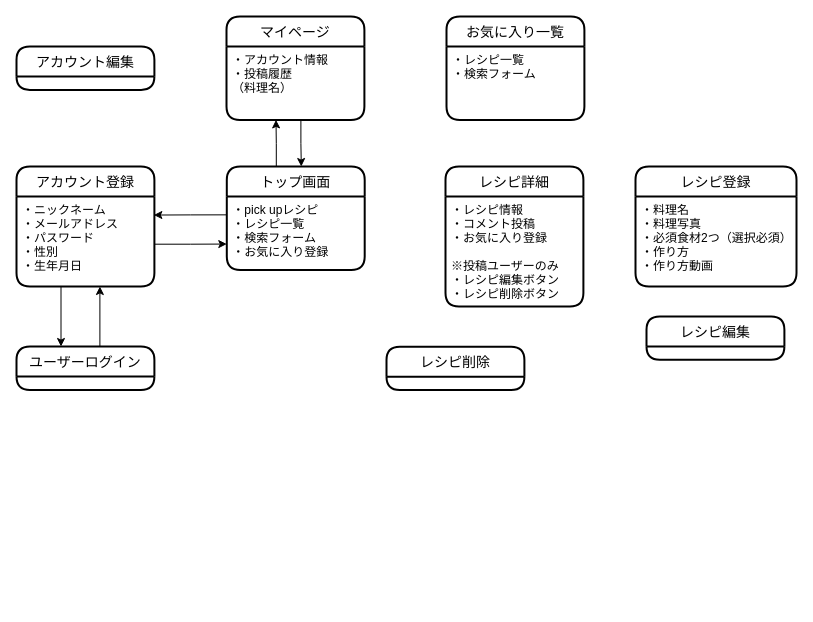
Before: minima-recipe_transition.dio in jun2035/minima-recipe, a draw.io diagram. Source tidied: cells renumbered, new cells numbered last; positions are measured from the earlier drawing's top-left corner, leaving out a move shared by most shapes. Both pictures are drawn from the tidied source at 100%, with x=0, y=0 at pixel (16, 16).
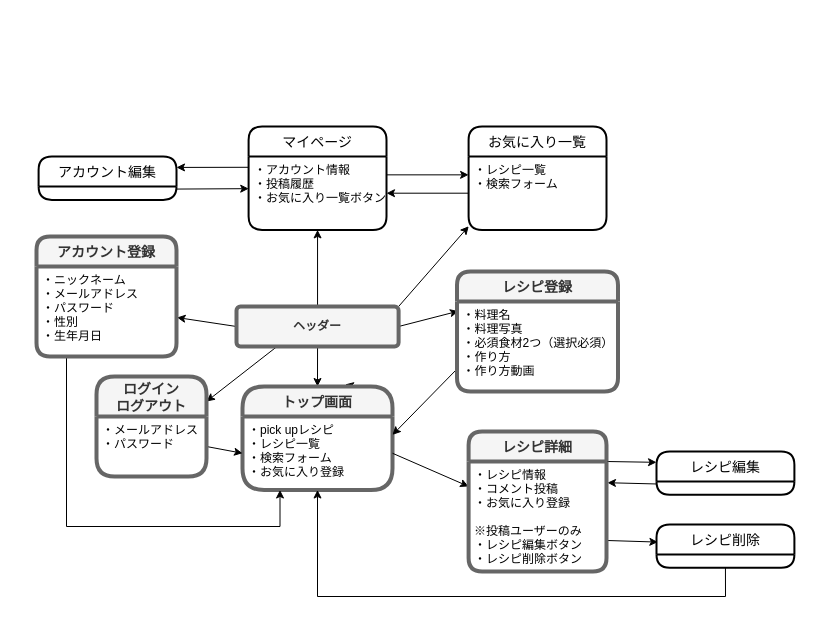
The same diagram, later.

Commit message:
画面遷移図の作成

The change refers to these unchanged cells:
```xml
<mxCell id="18" value="・レシピ一覧&#10;・検索フォーム" style="align=left;strokeColor=none;fillColor=none;spacingLeft=4;fontSize=12;verticalAlign=top;" parent="17" vertex="1">
  <mxGeometry y="30" width="137.9" height="73.4" as="geometry" />
</mxCell>
```

What changed in the source:
```diff
@@
-    <mxCell id="2" style="edgeStyle=orthogonalEdgeStyle;rounded=0;orthogonalLoop=1;jettySize=auto;html=1;exitX=0.25;exitY=0;exitDx=0;exitDy=0;entryX=0.25;entryY=1;entryDx=0;entryDy=0;" parent="1" edge="1">
-      <mxGeometry relative="1" as="geometry">
-        <mxPoint x="259.8" y="150" as="sourcePoint" />
-        <mxPoint x="259.5" y="103.4" as="targetPoint" />
-        <Array as="points">
-          <mxPoint x="260" y="127" />
-        </Array>
-      </mxGeometry>
-    </mxCell>
+    <mxCell id="24" style="edgeStyle=none;rounded=0;jettySize=auto;html=1;exitX=1;exitY=0.75;exitDx=0;exitDy=0;entryX=0.001;entryY=0.438;entryDx=0;entryDy=0;entryPerimeter=0;" parent="1" edge="1" source="14" target="13">
+      <mxGeometry relative="1" as="geometry" />
+    </mxCell>
+    <mxCell id="25" style="edgeStyle=none;rounded=0;jettySize=auto;html=1;exitX=0.001;exitY=0.147;exitDx=0;exitDy=0;entryX=1;entryY=0.25;entryDx=0;entryDy=0;exitPerimeter=0;" parent="1" edge="1" source="13" target="14">
+      <mxGeometry relative="1" as="geometry" />
+    </mxCell>
+    <mxCell id="26" style="edgeStyle=none;rounded=0;jettySize=auto;html=1;exitX=0;exitY=0.5;exitDx=0;exitDy=0;entryX=1.004;entryY=0.567;entryDx=0;entryDy=0;entryPerimeter=0;" parent="1" edge="1" source="32" target="7">
+      <mxGeometry relative="1" as="geometry" />
+    </mxCell>
+    <mxCell id="27" style="edgeStyle=none;rounded=0;jettySize=auto;html=1;exitX=0.5;exitY=0;exitDx=0;exitDy=0;entryX=0.5;entryY=1;entryDx=0;entryDy=0;" parent="1" edge="1" source="32" target="13">
+      <mxGeometry relative="1" as="geometry" />
+    </mxCell>
+    <mxCell id="28" style="edgeStyle=none;rounded=0;jettySize=auto;html=1;exitX=1;exitY=0.5;exitDx=0;exitDy=0;entryX=0.009;entryY=0.107;entryDx=0;entryDy=0;entryPerimeter=0;" parent="1" edge="1" source="32" target="11">
+      <mxGeometry relative="1" as="geometry" />
+    </mxCell>
+    <mxCell id="29" style="rounded=0;jettySize=auto;html=1;exitX=0.25;exitY=1;exitDx=0;exitDy=0;entryX=1;entryY=0.25;entryDx=0;entryDy=0;" parent="1" edge="1" source="32" target="44">
+      <mxGeometry relative="1" as="geometry" />
+    </mxCell>
+    <mxCell id="30" style="edgeStyle=none;rounded=0;jettySize=auto;html=1;exitX=0.5;exitY=1;exitDx=0;exitDy=0;entryX=0.5;entryY=0;entryDx=0;entryDy=0;" parent="1" edge="1" source="32" target="3">
+      <mxGeometry relative="1" as="geometry" />
+    </mxCell>
+    <mxCell id="31" style="edgeStyle=none;rounded=0;jettySize=auto;html=1;exitX=1;exitY=0;exitDx=0;exitDy=0;entryX=0.001;entryY=0.95;entryDx=0;entryDy=0;startArrow=none;startFill=0;entryPerimeter=0;" parent="1" edge="1" source="32" target="18">
+      <mxGeometry relative="1" as="geometry" />
+    </mxCell>
+    <mxCell id="32" value="ヘッダー" style="rounded=1;arcSize=10;whiteSpace=wrap;html=1;align=center;strokeColor=#666666;strokeWidth=4;fontStyle=1;fillColor=#f5f5f5;fontColor=#333333;" parent="1" vertex="1">
+      <mxGeometry x="220" y="290" width="162.1" height="40" as="geometry" />
+    </mxCell>
+    <mxCell id="33" style="edgeStyle=none;rounded=0;jettySize=auto;html=1;exitX=1;exitY=0.25;exitDx=0;exitDy=0;entryX=0;entryY=0.25;entryDx=0;entryDy=0;" parent="1" edge="1" source="13" target="18">
+      <mxGeometry relative="1" as="geometry" />
+    </mxCell>
+    <mxCell id="34" style="edgeStyle=none;rounded=0;jettySize=auto;html=1;exitX=0;exitY=0.5;exitDx=0;exitDy=0;entryX=1;entryY=0.5;entryDx=0;entryDy=0;" parent="1" edge="1" source="18" target="13">
+      <mxGeometry relative="1" as="geometry" />
+    </mxCell>
+    <mxCell id="35" style="edgeStyle=none;rounded=0;orthogonalLoop=1;jettySize=auto;html=1;exitX=0.75;exitY=0;exitDx=0;exitDy=0;entryX=0.685;entryY=-0.02;entryDx=0;entryDy=0;entryPerimeter=0;" parent="1" edge="1" source="3" target="3">
+      <mxGeometry relative="1" as="geometry" />
+    </mxCell>
-    <mxCell id="3" value="トップ画面" style="swimlane;horizontal=1;startSize=30;rounded=1;fontSize=14;fontStyle=0;strokeWidth=2;shadow=0;dashed=0;align=center;" parent="1" vertex="1">
-      <mxGeometry x="210.3" y="150" width="137.9" height="103.4" as="geometry" />
+    <mxCell id="3" value="トップ画面" style="swimlane;horizontal=1;startSize=30;rounded=1;fontSize=14;fontStyle=1;strokeWidth=4;shadow=0;dashed=0;align=center;arcSize=24;fillColor=#f5f5f5;strokeColor=#666666;fontColor=#333333;" parent="1" vertex="1">
+      <mxGeometry x="226" y="370" width="150" height="103.5" as="geometry" />
     </mxCell>
     <mxCell id="4" value="・pick upレシピ&#10;・レシピ一覧&#10;・検索フォーム&#10;・お気に入り登録" style="align=left;strokeColor=none;fillColor=none;spacingLeft=4;fontSize=12;verticalAlign=top;" parent="3" vertex="1">
-      <mxGeometry y="30" width="137.9" height="73.4" as="geometry" />
+      <mxGeometry y="30" width="150" height="73.5" as="geometry" />
     </mxCell>
-    <mxCell id="5" style="edgeStyle=orthogonalEdgeStyle;rounded=0;orthogonalLoop=1;jettySize=auto;html=1;exitX=0.25;exitY=1;exitDx=0;exitDy=0;entryX=0.25;entryY=0;entryDx=0;entryDy=0;" parent="1" edge="1">
-      <mxGeometry relative="1" as="geometry">
-        <mxPoint x="44.5" y="270" as="sourcePoint" />
-        <mxPoint x="44.5" y="330" as="targetPoint" />
-      </mxGeometry>
-    </mxCell>
+    <mxCell id="36" style="edgeStyle=none;rounded=0;jettySize=auto;html=1;exitX=0;exitY=0.75;exitDx=0;exitDy=0;entryX=1.007;entryY=0.193;entryDx=0;entryDy=0;entryPerimeter=0;" parent="1" edge="1" source="19" target="9">
+      <mxGeometry relative="1" as="geometry" />
+    </mxCell>
+    <mxCell id="37" style="edgeStyle=orthogonalEdgeStyle;rounded=0;jettySize=auto;html=1;exitX=0.5;exitY=1;exitDx=0;exitDy=0;entryX=0.5;entryY=1;entryDx=0;entryDy=0;" parent="1" edge="1" source="20" target="4">
+      <mxGeometry relative="1" as="geometry">
+        <Array as="points">
+          <mxPoint x="709" y="580" />
+          <mxPoint x="301" y="580" />
+        </Array>
+      </mxGeometry>
+    </mxCell>
+    <mxCell id="38" style="edgeStyle=none;rounded=0;jettySize=auto;html=1;exitX=0;exitY=0.75;exitDx=0;exitDy=0;entryX=1;entryY=0.25;entryDx=0;entryDy=0;" parent="1" edge="1" source="11" target="4">
+      <mxGeometry relative="1" as="geometry" />
+    </mxCell>
+    <mxCell id="39" style="edgeStyle=none;rounded=0;jettySize=auto;html=1;exitX=1;exitY=0.5;exitDx=0;exitDy=0;" parent="1" edge="1" source="4" target="9">
+      <mxGeometry relative="1" as="geometry" />
+    </mxCell>
+    <mxCell id="40" style="edgeStyle=none;rounded=0;jettySize=auto;html=1;exitX=1;exitY=0;exitDx=0;exitDy=0;entryX=0;entryY=0.25;entryDx=0;entryDy=0;" parent="1" edge="1" source="9" target="19">
+      <mxGeometry relative="1" as="geometry" />
+    </mxCell>
+    <mxCell id="41" style="edgeStyle=none;rounded=0;jettySize=auto;html=1;exitX=1;exitY=0.718;exitDx=0;exitDy=0;entryX=0.01;entryY=0.406;entryDx=0;entryDy=0;entryPerimeter=0;exitPerimeter=0;" parent="1" edge="1" source="9" target="20">
+      <mxGeometry relative="1" as="geometry" />
+    </mxCell>
+    <mxCell id="42" style="rounded=0;jettySize=auto;html=1;exitX=0.25;exitY=1;exitDx=0;exitDy=0;edgeStyle=orthogonalEdgeStyle;entryX=0.25;entryY=1;entryDx=0;entryDy=0;" parent="1" edge="1" source="7" target="4">
+      <mxGeometry relative="1" as="geometry">
+        <Array as="points">
+          <mxPoint x="50" y="339" />
+          <mxPoint x="50" y="510" />
+          <mxPoint x="264" y="510" />
+        </Array>
+      </mxGeometry>
+    </mxCell>
+    <mxCell id="43" style="rounded=0;jettySize=auto;html=1;exitX=1;exitY=0.5;exitDx=0;exitDy=0;entryX=0;entryY=0.5;entryDx=0;entryDy=0;" parent="1" edge="1" source="45" target="4">
+      <mxGeometry relative="1" as="geometry" />
+    </mxCell>
+    <mxCell id="10" value="レシピ登録" style="swimlane;horizontal=1;startSize=30;rounded=1;fontSize=14;fontStyle=1;strokeWidth=4;shadow=0;dashed=0;align=center;fillColor=#f5f5f5;strokeColor=#666666;fontColor=#333333;" parent="1" vertex="1">
+      <mxGeometry x="440.5" y="255" width="161" height="120" as="geometry" />
+    </mxCell>
+    <mxCell id="11" value="・料理名&#10;・料理写真&#10;・必須食材2つ（選択必須）&#10;・作り方&#10;・作り方動画" style="align=left;strokeColor=none;fillColor=none;spacingLeft=4;fontSize=12;verticalAlign=top;" parent="10" vertex="1">
+      <mxGeometry y="30" width="161" height="90" as="geometry" />
+    </mxCell>
+    <mxCell id="8" value="レシピ詳細" style="swimlane;horizontal=1;startSize=30;rounded=1;fontSize=14;fontStyle=1;strokeWidth=4;shadow=0;dashed=0;align=center;fillColor=#f5f5f5;strokeColor=#666666;fontColor=#333333;" parent="1" vertex="1">
+      <mxGeometry x="452.1" y="415" width="137.9" height="140" as="geometry" />
+    </mxCell>
+    <mxCell id="9" value="・レシピ情報&#10;・コメント投稿&#10;・お気に入り登録&#10;&#10;※投稿ユーザーのみ&#10;・レシピ編集ボタン&#10;・レシピ削除ボタン" style="align=left;strokeColor=none;fillColor=none;spacingLeft=4;fontSize=12;verticalAlign=top;" parent="8" vertex="1">
+      <mxGeometry y="30" width="137.9" height="110" as="geometry" />
+    </mxCell>
+    <mxCell id="19" value="レシピ編集" style="swimlane;horizontal=1;startSize=30;rounded=1;fontSize=14;fontStyle=0;strokeWidth=2;shadow=0;dashed=0;align=center;" parent="1" vertex="1">
+      <mxGeometry x="640" y="435" width="137.9" height="43.3" as="geometry" />
+    </mxCell>
+    <mxCell id="44" value="ログイン&#10;ログアウト" style="swimlane;horizontal=1;startSize=40;rounded=1;fontSize=14;fontStyle=1;strokeWidth=4;shadow=0;dashed=0;align=center;fillColor=#f5f5f5;strokeColor=#666666;fontColor=#333333;" parent="1" vertex="1">
+      <mxGeometry x="80" y="360" width="110" height="100" as="geometry" />
+    </mxCell>
+    <mxCell id="45" value="・メールアドレス&#10;・パスワード" style="align=left;strokeColor=none;fillColor=none;spacingLeft=4;fontSize=12;verticalAlign=top;" parent="44" vertex="1">
+      <mxGeometry y="40" width="110" height="60" as="geometry" />
+    </mxCell>
+    <mxCell id="20" value="レシピ削除" style="swimlane;horizontal=1;startSize=30;rounded=1;fontSize=14;fontStyle=0;strokeWidth=2;shadow=0;dashed=0;align=center;" parent="1" vertex="1">
+      <mxGeometry x="640" y="508" width="137.9" height="43.3" as="geometry" />
+    </mxCell>
-    <mxCell id="6" value="アカウント登録" style="swimlane;horizontal=1;startSize=30;rounded=1;fontSize=14;fontStyle=0;strokeWidth=2;shadow=0;dashed=0;align=center;" parent="1" vertex="1">
-      <mxGeometry y="150" width="137.9" height="120" as="geometry" />
+    <mxCell id="6" value="アカウント登録" style="swimlane;horizontal=1;startSize=30;rounded=1;fontSize=14;fontStyle=1;strokeWidth=4;shadow=0;dashed=0;align=center;fillColor=#f5f5f5;strokeColor=#666666;fontColor=#333333;" parent="1" vertex="1">
+      <mxGeometry x="20" y="220" width="140" height="120" as="geometry" />
     </mxCell>
     <mxCell id="7" value="・ニックネーム&#10;・メールアドレス&#10;・パスワード&#10;・性別&#10;・生年月日" style="align=left;strokeColor=none;fillColor=none;spacingLeft=4;fontSize=12;verticalAlign=top;" parent="6" vertex="1">
-      <mxGeometry y="30" width="137.9" height="90" as="geometry" />
+      <mxGeometry y="30" width="140" height="90" as="geometry" />
     </mxCell>
-    <mxCell id="8" value="レシピ詳細" style="swimlane;horizontal=1;startSize=30;rounded=1;fontSize=14;fontStyle=0;strokeWidth=2;shadow=0;dashed=0;align=center;" parent="1" vertex="1">
-      <mxGeometry x="429" y="150" width="137.9" height="140" as="geometry" />
-    </mxCell>
-    <mxCell id="9" value="・レシピ情報&#10;・コメント投稿&#10;・お気に入り登録&#10;&#10;※投稿ユーザーのみ&#10;・レシピ編集ボタン&#10;・レシピ削除ボタン" style="align=left;strokeColor=none;fillColor=none;spacingLeft=4;fontSize=12;verticalAlign=top;" parent="8" vertex="1">
-      <mxGeometry y="30" width="137.9" height="110" as="geometry" />
-    </mxCell>
-    <mxCell id="10" value="レシピ登録" style="swimlane;horizontal=1;startSize=30;rounded=1;fontSize=14;fontStyle=0;strokeWidth=2;shadow=0;dashed=0;align=center;" parent="1" vertex="1">
-      <mxGeometry x="619" y="150" width="161" height="120" as="geometry" />
-    </mxCell>
-    <mxCell id="11" value="・料理名&#10;・料理写真&#10;・必須食材2つ（選択必須）&#10;・作り方&#10;・作り方動画" style="align=left;strokeColor=none;fillColor=none;spacingLeft=4;fontSize=12;verticalAlign=top;" parent="10" vertex="1">
-      <mxGeometry y="30" width="161" height="90" as="geometry" />
-    </mxCell>
     <mxCell id="12" value="マイページ" style="swimlane;horizontal=1;startSize=30;rounded=1;fontSize=14;fontStyle=0;strokeWidth=2;shadow=0;dashed=0;align=center;" parent="1" vertex="1">
-      <mxGeometry x="210" width="137.9" height="103.4" as="geometry" />
+      <mxGeometry x="232.1" y="110" width="137.9" height="103.4" as="geometry" />
     </mxCell>
-    <mxCell id="13" value="・アカウント情報&#10;・投稿履歴&#10;（料理名）" style="align=left;strokeColor=none;fillColor=none;spacingLeft=4;fontSize=12;verticalAlign=top;" parent="12" vertex="1">
+    <mxCell id="13" value="・アカウント情報&#10;・投稿履歴&#10;・お気に入り一覧ボタン" style="align=left;strokeColor=none;fillColor=none;spacingLeft=4;fontSize=12;verticalAlign=top;" parent="12" vertex="1">
       <mxGeometry y="30" width="137.9" height="73.4" as="geometry" />
     </mxCell>
     <mxCell id="14" value="アカウント編集" style="swimlane;horizontal=1;startSize=30;rounded=1;fontSize=14;fontStyle=0;strokeWidth=2;shadow=0;dashed=0;align=center;" parent="1" vertex="1">
-      <mxGeometry y="30.1" width="137.9" height="43.3" as="geometry" />
+      <mxGeometry x="22.1" y="140.1" width="137.9" height="43.3" as="geometry" />
     </mxCell>
-    <mxCell id="15" style="edgeStyle=orthogonalEdgeStyle;rounded=0;orthogonalLoop=1;jettySize=auto;html=1;exitX=0.75;exitY=0;exitDx=0;exitDy=0;entryX=0.75;entryY=1;entryDx=0;entryDy=0;" parent="1" edge="1">
-      <mxGeometry relative="1" as="geometry">
-        <mxPoint x="83.4" y="330" as="sourcePoint" />
-        <mxPoint x="83.4" y="270" as="targetPoint" />
-      </mxGeometry>
-    </mxCell>
-    <mxCell id="16" value="ユーザーログイン" style="swimlane;horizontal=1;startSize=30;rounded=1;fontSize=14;fontStyle=0;strokeWidth=2;shadow=0;dashed=0;align=center;" parent="1" vertex="1">
-      <mxGeometry y="330" width="137.9" height="43.5" as="geometry" />
-    </mxCell>
     <mxCell id="17" value="お気に入り一覧" style="swimlane;horizontal=1;startSize=30;rounded=1;fontSize=14;fontStyle=0;strokeWidth=2;shadow=0;dashed=0;align=center;" parent="1" vertex="1">
-      <mxGeometry x="430" width="137.9" height="103.4" as="geometry" />
+      <mxGeometry x="452.1" y="110" width="137.9" height="103.4" as="geometry" />
     </mxCell>
@@
-    <mxCell id="19" value="レシピ編集" style="swimlane;horizontal=1;startSize=30;rounded=1;fontSize=14;fontStyle=0;strokeWidth=2;shadow=0;dashed=0;align=center;" parent="1" vertex="1">
-      <mxGeometry x="630" y="300" width="137.9" height="43.3" as="geometry" />
-    </mxCell>
-    <mxCell id="20" value="レシピ削除" style="swimlane;horizontal=1;startSize=30;rounded=1;fontSize=14;fontStyle=0;strokeWidth=2;shadow=0;dashed=0;align=center;" parent="1" vertex="1">
-      <mxGeometry x="370" y="330.2" width="137.9" height="43.3" as="geometry" />
-    </mxCell>
-    <mxCell id="21" style="edgeStyle=orthogonalEdgeStyle;rounded=0;jettySize=auto;html=1;exitX=0;exitY=0.25;exitDx=0;exitDy=0;entryX=0.996;entryY=0.206;entryDx=0;entryDy=0;entryPerimeter=0;" parent="1" edge="1" source="4" target="7">
-      <mxGeometry relative="1" as="geometry" />
-    </mxCell>
-    <mxCell id="22" style="edgeStyle=orthogonalEdgeStyle;rounded=0;jettySize=auto;html=1;exitX=0.999;exitY=0.53;exitDx=0;exitDy=0;entryX=0;entryY=0.75;entryDx=0;entryDy=0;exitPerimeter=0;" parent="1" edge="1" source="7" target="3">
-      <mxGeometry relative="1" as="geometry" />
-    </mxCell>
-    <mxCell id="23" style="edgeStyle=orthogonalEdgeStyle;rounded=0;orthogonalLoop=1;jettySize=auto;html=1;exitX=0.75;exitY=1;exitDx=0;exitDy=0;entryX=0.75;entryY=0;entryDx=0;entryDy=0;" parent="1" edge="1">
-      <mxGeometry relative="1" as="geometry">
-        <mxPoint x="284.4" y="103.4" as="sourcePoint" />
-        <mxPoint x="284.8" y="150" as="targetPoint" />
-        <Array as="points">
-          <mxPoint x="284" y="127" />
-          <mxPoint x="285" y="127" />
-        </Array>
-      </mxGeometry>
-    </mxCell>
```
